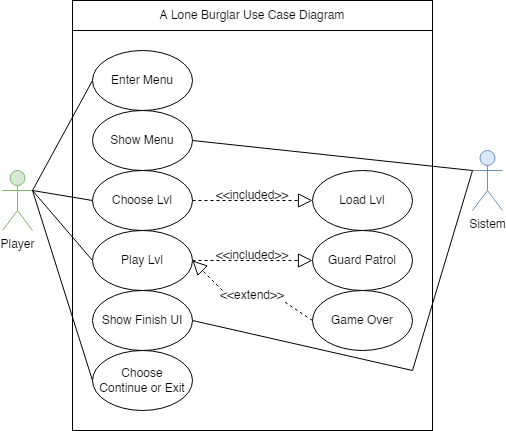
Earlier version of the draw.io export use case diagram.png (johannfac/A-Lone-Burglar). Source tidied: cells renumbered, new cells last; positions are measured from the earlier drawing's top-left corner, leaving out a move shared by most shapes.
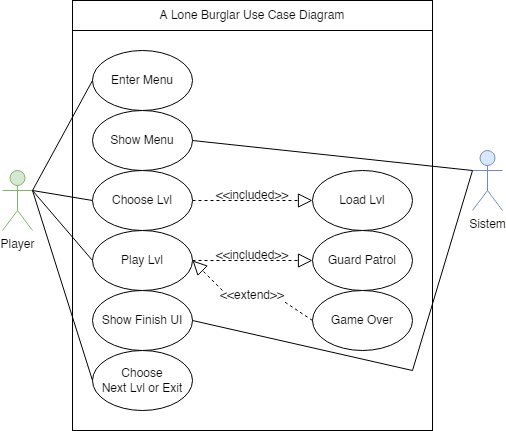
The same file after the commit.

Change to the diagram source:
```diff
@@ -81,7 +81,7 @@
     <mxCell id="24" value="Show Finish&amp;nbsp;UI" style="ellipse;whiteSpace=wrap;html=1;" parent="1" vertex="1">
       <mxGeometry x="90" y="290" width="100" height="60" as="geometry" />
     </mxCell>
-    <mxCell id="25" value="Choose&lt;br&gt;Continue or Exit" style="ellipse;whiteSpace=wrap;html=1;" parent="1" vertex="1">
+    <mxCell id="25" value="Choose&lt;br&gt;Next Lvl or Exit" style="ellipse;whiteSpace=wrap;html=1;" parent="1" vertex="1">
       <mxGeometry x="90" y="350" width="100" height="60" as="geometry" />
     </mxCell>
     <mxCell id="26" style="endArrow=none;endFill=0;endSize=12;html=1;rounded=0;exitX=0;exitY=0.3333333333333333;exitDx=0;exitDy=0;entryX=1;entryY=0.5;entryDx=0;entryDy=0;startArrow=none;exitPerimeter=0;" parent="1" edge="1" source="4" target="24">
```
